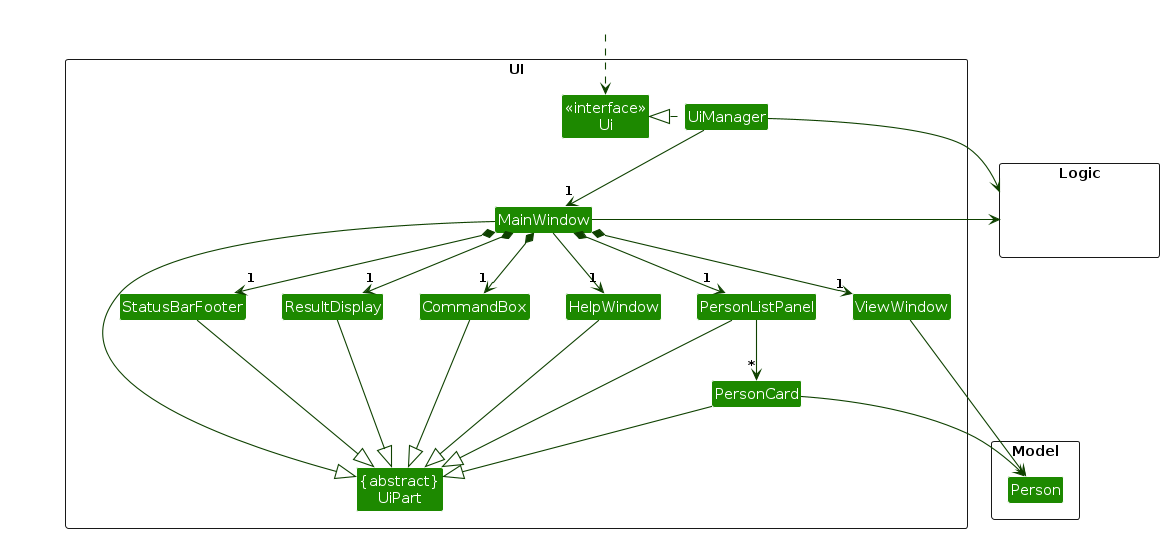
The PlantUML diagram diagrams/UiClassDiagram.png in AY2526S2-CS2103T-F10-3/tp, before a commit. Its source is kept beside it as diagrams/UiClassDiagram.puml.
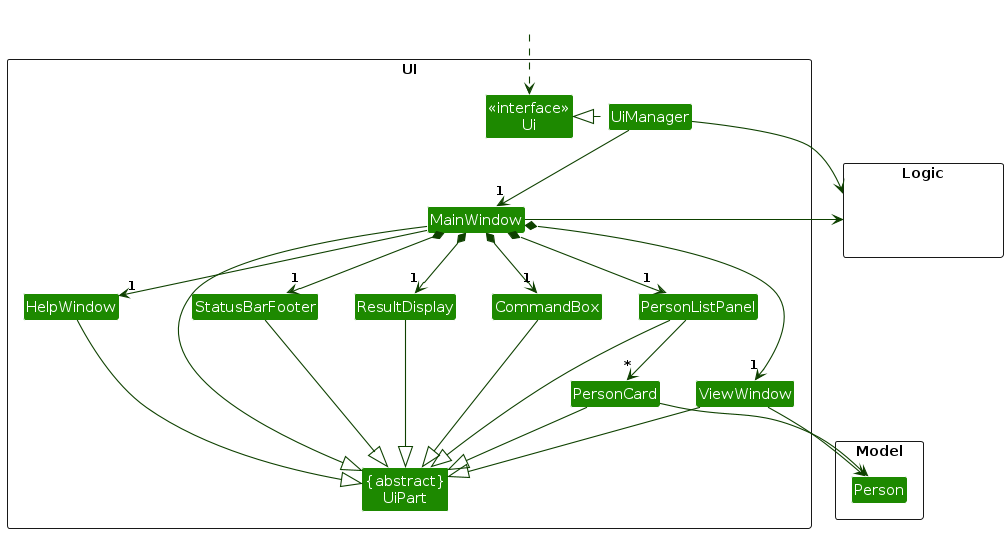
The same file after the commit.

Change to the diagram source:
```diff
@@ -41,6 +41,7 @@
 PersonListPanel -down-> "*" PersonCard
 
 MainWindow -left-|> UiPart
+ViewWindow --|> UiPart
 ViewWindow -down-> Person
 ResultDisplay --|> UiPart
 CommandBox --|> UiPart
```
